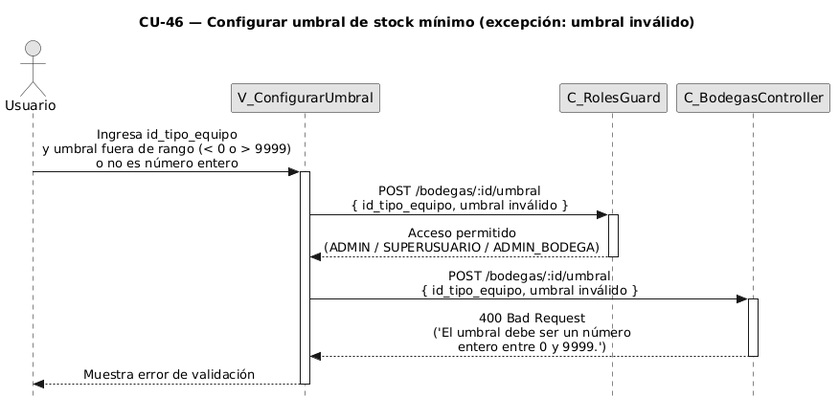
FSM-Finet-y-Cable-Magico/Team_1-Inventario-y-Bodega keeps this PlantUML diagram as diagramas-secuencia/CU46/CU46-exc-umbral-invalido.png. Above is the earlier version.
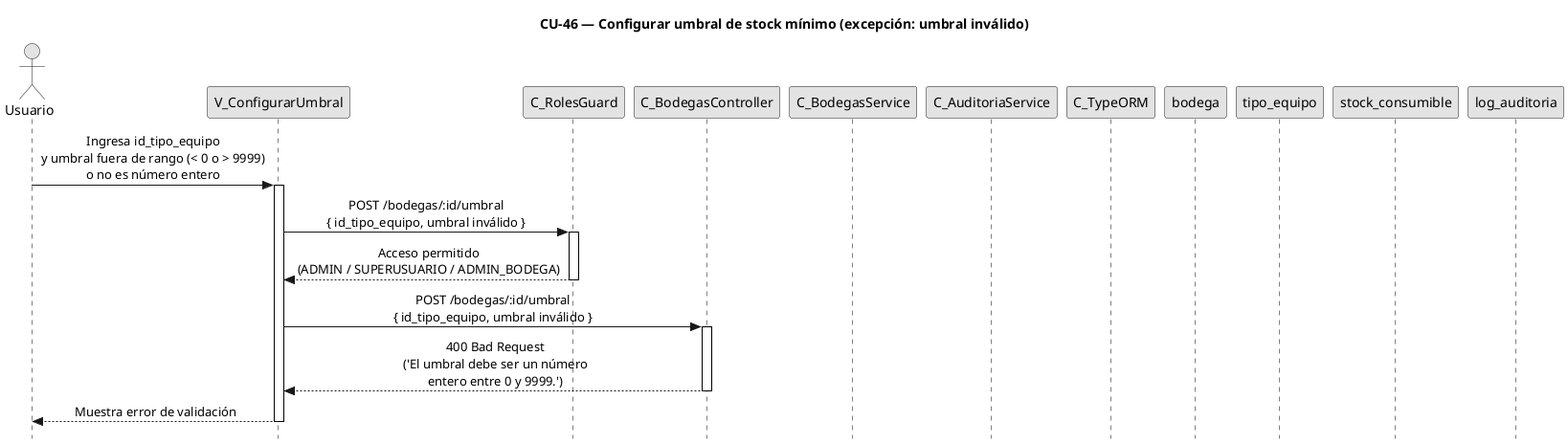
Above is the later version.

The edit, as a diff of the source:
```diff
@@ -1,4 +1,4 @@
-@startuml
+@startuml CU46-exc-umbral-invalido
 title CU-46 — Configurar umbral de stock mínimo (excepción: umbral inválido)
 
 skinparam style strictuml
@@ -15,6 +15,13 @@
 participant "V_ConfigurarUmbral" as view
 participant "C_RolesGuard" as guard
 participant "C_BodegasController" as ctrl
+participant "C_BodegasService" as svc
+participant "C_AuditoriaService" as aud
+participant "C_TypeORM" as orm
+participant "bodega" as bent
+participant "tipo_equipo" as tent
+participant "stock_consumible" as scent
+participant "log_auditoria" as aent
 
 user -> view : Ingresa id_tipo_equipo\ny umbral fuera de rango (< 0 o > 9999)\no no es número entero
 activate view
@@ -33,4 +40,5 @@
 
 view --> user : Muestra error de validación
 deactivate view
+
 @enduml
```
